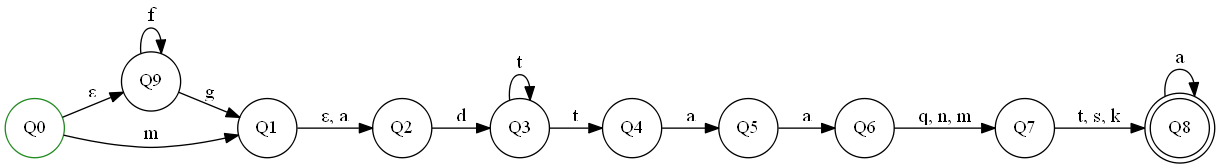
Before: graph.png, a diagram exported from Graphviz (felixisa/fsm-test-extension). Its source is kept beside it as graph.dot.
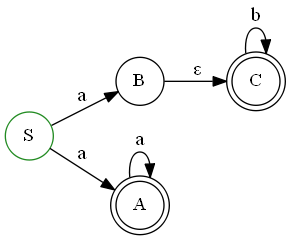
After the change.

Change to the diagram source:
```diff
@@ -1,26 +1,12 @@
 digraph G {
     rankdir="LR";
-    Q9 [label="Q9", shape="circle", color="black"];
-    Q8 [label="Q8", shape="doublecircle", color="black"];
-    Q7 [label="Q7", shape="circle", color="black"];
-    Q6 [label="Q6", shape="circle", color="black"];
-    Q5 [label="Q5", shape="circle", color="black"];
-    Q4 [label="Q4", shape="circle", color="black"];
-    Q3 [label="Q3", shape="circle", color="black"];
-    Q2 [label="Q2", shape="circle", color="black"];
-    Q1 [label="Q1", shape="circle", color="black"];
-    Q0 [label="Q0", shape="circle", color="forestgreen"];
-    Q9 -> Q1 [label="g", fontsize=15];
-    Q8 -> Q8 [label="a", fontsize=15];
-    Q7 -> Q8 [label="t, s, k", fontsize=15];
-    Q6 -> Q7 [label="q, n, m", fontsize=15];
-    Q5 -> Q6 [label="a", fontsize=15];
-    Q4 -> Q5 [label="a", fontsize=15];
-    Q3 -> Q3 [label="t", fontsize=15];
-    Q3 -> Q4 [label="t", fontsize=15];
-    Q2 -> Q3 [label="d", fontsize=15];
-    Q1 -> Q2 [label="ε, a", fontsize=15];
-    Q9 -> Q9 [label="f", fontsize=15];
-    Q0 -> Q1 [label="m", fontsize=15];
-    Q0 -> Q9 [label="ε", fontsize=15];
+    C [label="C", shape="doublecircle", color="black"];
+    B [label="B", shape="circle", color="black"];
+    A [label="A", shape="doublecircle", color="black"];
+    S [label="S", shape="circle", color="forestgreen"];
+    C -> C [label="b", fontsize=15];
+    B -> C [label="ε", fontsize=15];
+    A -> A [label="a", fontsize=15];
+    S -> B [label="a", fontsize=15];
+    S -> A [label="a", fontsize=15];
 }
```
